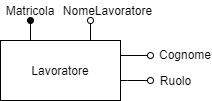
Before: Relazione/Schema ER/lavoratore.png, a diagram exported from draw.io (martafra/BD-Chat-Multicanale). Source tidied: cells renumbered, new cells last; positions are measured from the earlier drawing's top-left corner, leaving out a move shared by most shapes. Source of this version:
```xml
<mxGraphModel>
  <root>
    <mxCell id="0" />
    <mxCell id="1" parent="0" />
    <mxCell id="2" style="edgeStyle=orthogonalEdgeStyle;rounded=0;jettySize=auto;html=1;exitX=0.25;exitY=0;exitDx=0;exitDy=0;endArrow=oval;endFill=1;" parent="1" edge="1" source="5">
      <mxGeometry relative="1" as="geometry">
        <mxPoint x="30" y="20" as="targetPoint" />
      </mxGeometry>
    </mxCell>
    <mxCell id="3" style="edgeStyle=orthogonalEdgeStyle;rounded=0;jettySize=auto;html=1;exitX=0.75;exitY=0;exitDx=0;exitDy=0;endArrow=oval;endFill=0;" parent="1" edge="1" source="5">
      <mxGeometry relative="1" as="geometry">
        <mxPoint x="90" y="20" as="targetPoint" />
      </mxGeometry>
    </mxCell>
    <mxCell id="4" style="edgeStyle=orthogonalEdgeStyle;rounded=0;jettySize=auto;html=1;exitX=1;exitY=0.25;exitDx=0;exitDy=0;endArrow=oval;endFill=0;" parent="1" edge="1" source="5">
      <mxGeometry relative="1" as="geometry">
        <mxPoint x="150" y="55" as="targetPoint" />
      </mxGeometry>
    </mxCell>
    <mxCell id="5" value="Lavoratore" style="rounded=0;whiteSpace=wrap;html=1;" parent="1" vertex="1">
      <mxGeometry y="40" width="120" height="60" as="geometry" />
    </mxCell>
    <mxCell id="6" value="Matricola" style="text;html=1;strokeColor=none;fillColor=none;align=center;verticalAlign=middle;whiteSpace=wrap;rounded=0;" parent="1" vertex="1">
      <mxGeometry x="10" width="40" height="20" as="geometry" />
    </mxCell>
    <mxCell id="7" value="NomeLavoratore" style="text;html=1;strokeColor=none;fillColor=none;align=center;verticalAlign=middle;whiteSpace=wrap;rounded=0;" parent="1" vertex="1">
      <mxGeometry x="62.5" width="89" height="20" as="geometry" />
    </mxCell>
    <mxCell id="8" value="Cognome" style="text;html=1;strokeColor=none;fillColor=none;align=center;verticalAlign=middle;whiteSpace=wrap;rounded=0;" parent="1" vertex="1">
      <mxGeometry x="160" y="44" width="50" height="20" as="geometry" />
    </mxCell>
    <mxCell id="9" style="edgeStyle=orthogonalEdgeStyle;rounded=0;orthogonalLoop=1;jettySize=auto;html=1;exitX=1;exitY=0.25;exitDx=0;exitDy=0;endArrow=oval;endFill=0;" parent="1" edge="1">
      <mxGeometry relative="1" as="geometry">
        <mxPoint x="120" y="80" as="sourcePoint" />
        <mxPoint x="150" y="80" as="targetPoint" />
        <Array as="points">
          <mxPoint x="127" y="80" />
          <mxPoint x="127" y="80" />
        </Array>
      </mxGeometry>
    </mxCell>
    <mxCell id="10" value="Ruolo" style="text;html=1;strokeColor=none;fillColor=none;align=center;verticalAlign=middle;whiteSpace=wrap;rounded=0;" parent="1" vertex="1">
      <mxGeometry x="162" y="75" width="27" height="9" as="geometry" />
    </mxCell>
  </root>
</mxGraphModel>
```
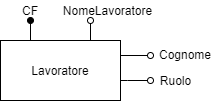
Above is the later version.

Commit message:
Modificato attributo su entità Lavoratore

Diff of the diagram source:
```diff
@@ -20,7 +20,7 @@
     <mxCell id="5" value="Lavoratore" style="rounded=0;whiteSpace=wrap;html=1;" parent="1" vertex="1">
       <mxGeometry y="40" width="120" height="60" as="geometry" />
     </mxCell>
-    <mxCell id="6" value="Matricola" style="text;html=1;strokeColor=none;fillColor=none;align=center;verticalAlign=middle;whiteSpace=wrap;rounded=0;" parent="1" vertex="1">
+    <mxCell id="6" value="CF" style="text;html=1;strokeColor=none;fillColor=none;align=center;verticalAlign=middle;whiteSpace=wrap;rounded=0;" parent="1" vertex="1">
       <mxGeometry x="10" width="40" height="20" as="geometry" />
     </mxCell>
     <mxCell id="7" value="NomeLavoratore" style="text;html=1;strokeColor=none;fillColor=none;align=center;verticalAlign=middle;whiteSpace=wrap;rounded=0;" parent="1" vertex="1">
```
